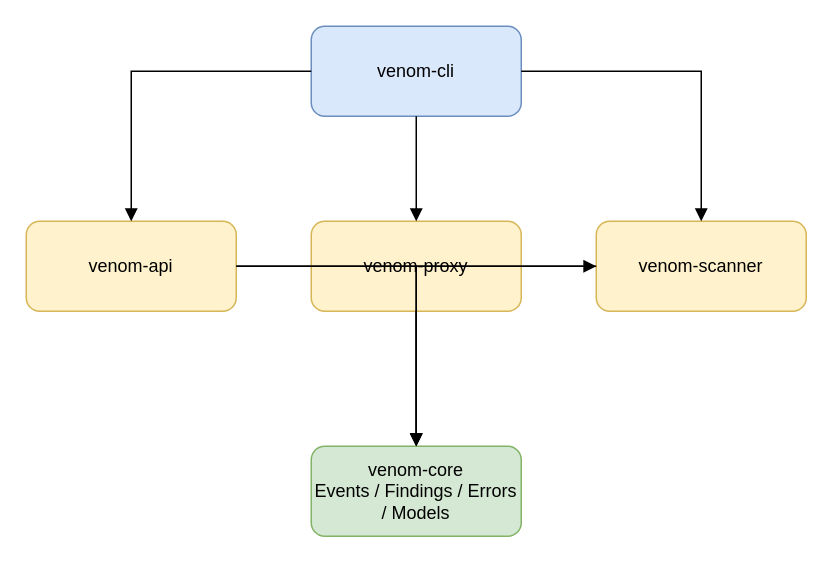
Above: page "Crate Dependencies" (2 of 2) of docs/architecture.drawio in ITherso/termivar (draw.io), before the change. Source tidied: cells renumbered, new cells numbered last; positions are measured from the earlier drawing's top-left corner, leaving out a move shared by most shapes. Both pictures are drawn from the tidied source at 150%, with x=0, y=0 at pixel (26, 26).
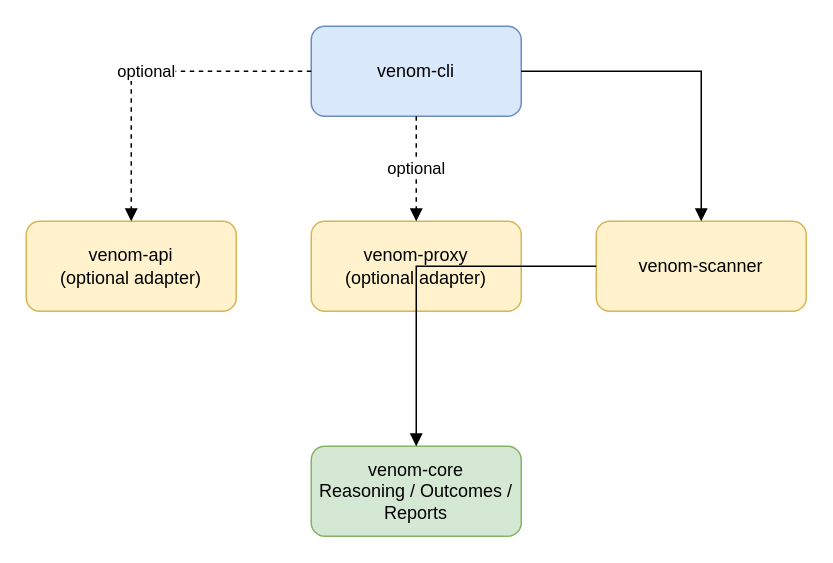
The same diagram, later.

Diff of the diagram source:
```diff
@@
 <mxGraphModel>
   <root>
     <mxCell id="0" />
     <mxCell id="1" parent="0" />
     <mxCell id="2" value="venom-cli" style="rounded=1;whiteSpace=wrap;html=1;fillColor=#dae8fc;strokeColor=#6c8ebf;" parent="1" vertex="1">
       <mxGeometry x="190" width="140" height="60" as="geometry" />
     </mxCell>
-    <mxCell id="3" value="venom-api" style="rounded=1;whiteSpace=wrap;html=1;fillColor=#fff2cc;strokeColor=#d6b656;" parent="1" vertex="1">
+    <mxCell id="3" value="venom-api&#10;(optional adapter)" style="rounded=1;whiteSpace=wrap;html=1;fillColor=#fff2cc;strokeColor=#d6b656;" parent="1" vertex="1">
       <mxGeometry y="130" width="140" height="60" as="geometry" />
     </mxCell>
-    <mxCell id="4" value="venom-proxy" style="rounded=1;whiteSpace=wrap;html=1;fillColor=#fff2cc;strokeColor=#d6b656;" parent="1" vertex="1">
+    <mxCell id="4" value="venom-proxy&#10;(optional adapter)" style="rounded=1;whiteSpace=wrap;html=1;fillColor=#fff2cc;strokeColor=#d6b656;" parent="1" vertex="1">
       <mxGeometry x="190" y="130" width="140" height="60" as="geometry" />
     </mxCell>
     <mxCell id="5" value="venom-scanner" style="rounded=1;whiteSpace=wrap;html=1;fillColor=#fff2cc;strokeColor=#d6b656;" parent="1" vertex="1">
       <mxGeometry x="380" y="130" width="140" height="60" as="geometry" />
     </mxCell>
-    <mxCell id="6" value="venom-core&#10;Events / Findings / Errors / Models" style="rounded=1;whiteSpace=wrap;html=1;fillColor=#d5e8d4;strokeColor=#82b366;" parent="1" vertex="1">
+    <mxCell id="6" value="venom-core&#10;Reasoning / Outcomes / Reports" style="rounded=1;whiteSpace=wrap;html=1;fillColor=#d5e8d4;strokeColor=#82b366;" parent="1" vertex="1">
       <mxGeometry x="190" y="280" width="140" height="60" as="geometry" />
     </mxCell>
-    <mxCell id="7" style="edgeStyle=orthogonalEdgeStyle;rounded=0;html=1;endArrow=block;" parent="1" edge="1" source="2" target="3">
+    <mxCell id="7" value="optional" style="edgeStyle=orthogonalEdgeStyle;rounded=0;html=1;dashed=1;endArrow=block;" parent="1" edge="1" source="2" target="3">
       <mxGeometry relative="1" as="geometry" />
     </mxCell>
-    <mxCell id="8" style="edgeStyle=orthogonalEdgeStyle;rounded=0;html=1;endArrow=block;" parent="1" edge="1" source="2" target="4">
+    <mxCell id="8" value="optional" style="edgeStyle=orthogonalEdgeStyle;rounded=0;html=1;dashed=1;endArrow=block;" parent="1" edge="1" source="2" target="4">
       <mxGeometry relative="1" as="geometry" />
     </mxCell>
     <mxCell id="9" style="edgeStyle=orthogonalEdgeStyle;rounded=0;html=1;endArrow=block;" parent="1" edge="1" source="2" target="5">
       <mxGeometry relative="1" as="geometry" />
     </mxCell>
-    <mxCell id="10" style="edgeStyle=orthogonalEdgeStyle;rounded=0;html=1;endArrow=block;" parent="1" edge="1" source="3" target="5">
-      <mxGeometry relative="1" as="geometry" />
-    </mxCell>
-    <mxCell id="11" style="edgeStyle=orthogonalEdgeStyle;rounded=0;html=1;endArrow=block;" parent="1" edge="1" source="3" target="6">
-      <mxGeometry relative="1" as="geometry" />
-    </mxCell>
-    <mxCell id="12" style="edgeStyle=orthogonalEdgeStyle;rounded=0;html=1;endArrow=block;" parent="1" edge="1" source="4" target="6">
-      <mxGeometry relative="1" as="geometry" />
-    </mxCell>
     <mxCell id="13" style="edgeStyle=orthogonalEdgeStyle;rounded=0;html=1;endArrow=block;" parent="1" edge="1" source="5" target="6">
       <mxGeometry relative="1" as="geometry" />
     </mxCell>
   </root>
 </mxGraphModel>
```
